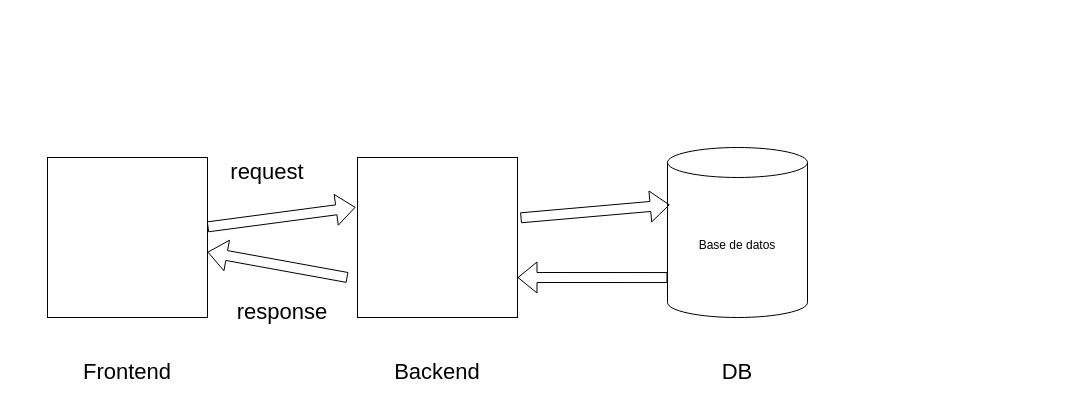
TurcoDev/3roTECDA2026 keeps this draw.io diagram as diagrama.dio. Above is the earlier version. Source tidied: cells renumbered, new cells numbered last; positions are measured from the earlier drawing's top-left corner, leaving out a move shared by most shapes. Both pictures are drawn from the tidied source at 100%, with x=0, y=0 at pixel (47, 147).
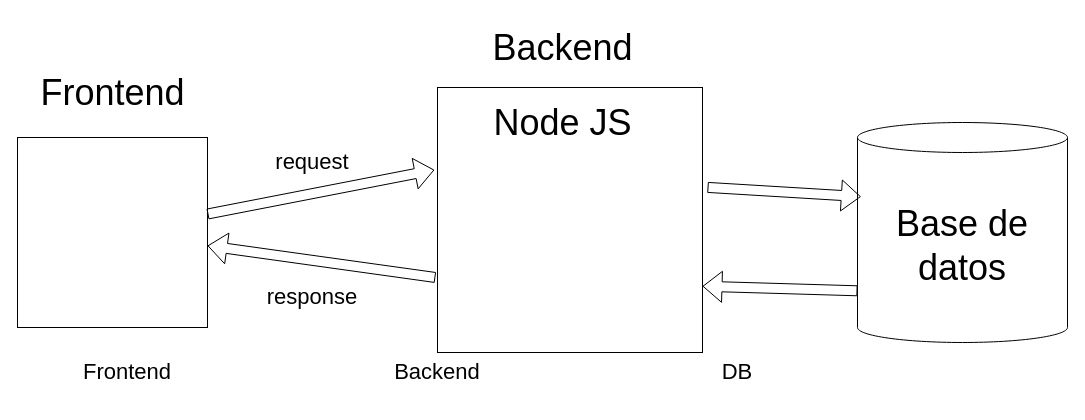
After the change.

Commit message (it also covers changes not shown here):
Implementamos  CRUD server HTTP con node

The edit, as a diff of the source:
```diff
@@
 <mxGraphModel>
   <root>
     <mxCell id="0" />
     <mxCell id="1" parent="0" />
-    <mxCell id="2" value="Base de datos" style="shape=cylinder3;whiteSpace=wrap;html=1;boundedLbl=1;backgroundOutline=1;size=15;" parent="1" vertex="1">
-      <mxGeometry x="620" width="140" height="170" as="geometry" />
+    <mxCell id="2" value="&lt;font style=&quot;font-size: 36px;&quot;&gt;Base de datos&lt;/font&gt;" style="shape=cylinder3;whiteSpace=wrap;html=1;boundedLbl=1;backgroundOutline=1;size=15;" parent="1" vertex="1">
+      <mxGeometry x="810" y="-25" width="210" height="220" as="geometry" />
     </mxCell>
     <mxCell id="3" style="whiteSpace=wrap;html=1;" parent="1" vertex="1">
-      <mxGeometry y="10" width="160" height="160" as="geometry" />
+      <mxGeometry x="-30" y="-10" width="190" height="190" as="geometry" />
     </mxCell>
     <mxCell id="4" style="whiteSpace=wrap;html=1;" parent="1" vertex="1">
-      <mxGeometry x="310" y="10" width="160" height="160" as="geometry" />
+      <mxGeometry x="390" y="-60" width="265" height="265" as="geometry" />
     </mxCell>
     <mxCell id="5" value="&lt;font style=&quot;font-size: 22px;&quot;&gt;Backend&lt;/font&gt;" style="text;html=1;whiteSpace=wrap;strokeColor=none;fillColor=none;align=center;verticalAlign=middle;rounded=0;" parent="1" vertex="1">
       <mxGeometry x="335" y="195" width="110" height="60" as="geometry" />
     </mxCell>
     <mxCell id="6" value="&lt;font style=&quot;font-size: 22px;&quot;&gt;Frontend&lt;/font&gt;" style="text;html=1;whiteSpace=wrap;strokeColor=none;fillColor=none;align=center;verticalAlign=middle;rounded=0;" parent="1" vertex="1">
       <mxGeometry x="20" y="200" width="120" height="50" as="geometry" />
     </mxCell>
     <mxCell id="7" style="shape=flexArrow;endArrow=classic;html=1;rounded=0;entryX=-0.012;entryY=0.311;entryDx=0;entryDy=0;entryPerimeter=0;" parent="1" edge="1" source="3" target="4">
       <mxGeometry relative="1" as="geometry" />
     </mxCell>
-    <mxCell id="8" style="shape=flexArrow;endArrow=classic;html=1;rounded=0;" parent="1" edge="1" target="3">
-      <mxGeometry relative="1" as="geometry">
-        <mxPoint x="300" y="130" as="sourcePoint" />
-      </mxGeometry>
+    <mxCell id="8" style="shape=flexArrow;endArrow=classic;html=1;rounded=0;exitX=-0.008;exitY=0.717;exitDx=0;exitDy=0;exitPerimeter=0;" parent="1" edge="1" source="4" target="3">
+      <mxGeometry relative="1" as="geometry" />
     </mxCell>
     <mxCell id="9" style="shape=flexArrow;endArrow=classic;html=1;rounded=0;entryX=0.016;entryY=0.337;entryDx=0;entryDy=0;entryPerimeter=0;exitX=1.019;exitY=0.377;exitDx=0;exitDy=0;exitPerimeter=0;" parent="1" edge="1" source="4" target="2">
       <mxGeometry relative="1" as="geometry" />
     </mxCell>
     <mxCell id="10" style="shape=flexArrow;endArrow=classic;html=1;rounded=0;entryX=1;entryY=0.75;entryDx=0;entryDy=0;exitX=0;exitY=0.765;exitDx=0;exitDy=0;exitPerimeter=0;" parent="1" edge="1" source="2" target="4">
       <mxGeometry relative="1" as="geometry" />
     </mxCell>
     <mxCell id="11" value="&lt;font style=&quot;font-size: 22px;&quot;&gt;DB&lt;/font&gt;" style="text;html=1;whiteSpace=wrap;strokeColor=none;fillColor=none;align=center;verticalAlign=middle;rounded=0;" parent="1" vertex="1">
       <mxGeometry x="635" y="195" width="110" height="60" as="geometry" />
     </mxCell>
     <mxCell id="12" value="&lt;font style=&quot;font-size: 22px;&quot;&gt;request&lt;/font&gt;" style="text;html=1;whiteSpace=wrap;strokeColor=none;fillColor=none;align=center;verticalAlign=middle;rounded=0;" parent="1" vertex="1">
-      <mxGeometry x="190" y="10" width="60" height="30" as="geometry" />
+      <mxGeometry x="235" width="60" height="30" as="geometry" />
     </mxCell>
     <mxCell id="13" value="&lt;font style=&quot;font-size: 22px;&quot;&gt;response&lt;/font&gt;" style="text;html=1;whiteSpace=wrap;strokeColor=none;fillColor=none;align=center;verticalAlign=middle;rounded=0;" parent="1" vertex="1">
-      <mxGeometry x="180" y="135" width="110" height="60" as="geometry" />
+      <mxGeometry x="210" y="120" width="110" height="60" as="geometry" />
     </mxCell>
+    <mxCell id="14" value="&lt;font style=&quot;font-size: 36px;&quot;&gt;Node JS&lt;/font&gt;" style="text;html=1;align=center;verticalAlign=middle;strokeColor=none;fillColor=none;" parent="1" vertex="1">
+      <mxGeometry x="435" y="-55" width="160" height="60" as="geometry" />
+    </mxCell>
+    <mxCell id="15" value="&lt;font style=&quot;font-size: 36px;&quot;&gt;Backend&lt;/font&gt;" style="text;html=1;align=center;verticalAlign=middle;strokeColor=none;fillColor=none;" parent="1" vertex="1">
+      <mxGeometry x="435" y="-130" width="160" height="60" as="geometry" />
+    </mxCell>
+    <mxCell id="16" value="&lt;font style=&quot;font-size: 36px;&quot;&gt;Frontend&lt;/font&gt;" style="text;html=1;align=center;verticalAlign=middle;strokeColor=none;fillColor=none;" parent="1" vertex="1">
+      <mxGeometry x="-20" y="-85" width="170" height="60" as="geometry" />
+    </mxCell>
   </root>
 </mxGraphModel>
```
